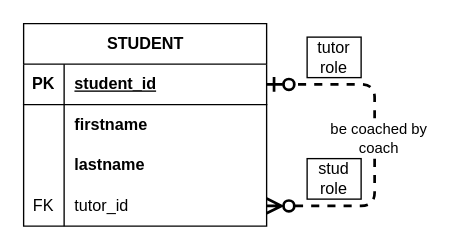
Earlier version of the draw.io diagram relational-database-design/c3/P0301.drawio (qichendev/assignments). Source tidied: cells renumbered, new cells numbered last; positions are measured from the earlier drawing's top-left corner, leaving out a move shared by most shapes. Both pictures are drawn from the tidied source at 135%, with x=0, y=0 at pixel (23, 23).
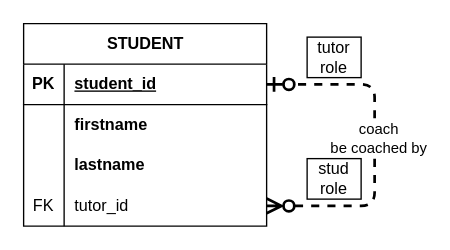
After the change.

Unchanged cells that the change refers to:
```xml
<mxCell id="15" style="edgeStyle=elbowEdgeStyle;fontSize=12;html=1;endArrow=ERzeroToOne;startArrow=ERzeroToMany;rounded=1;endSize=8;startSize=8;strokeWidth=2;dashed=1;jumpStyle=none;curved=0;startFill=0;endFill=0;exitX=1;exitY=0.5;exitDx=0;exitDy=0;entryX=1;entryY=0.5;entryDx=0;entryDy=0;" parent="2" edge="1" source="12" target="3">
  <mxGeometry relative="1" as="geometry">
    <Array as="points">
      <mxPoint x="260" y="100" />
    </Array>
  </mxGeometry>
</mxCell>
```

Change to the diagram source:
```diff
@@
-    <mxCell id="16" value="be coached by&lt;br&gt;&lt;div&gt;coach&lt;/div&gt;" style="edgeLabel;html=1;align=center;verticalAlign=middle;" parent="15" vertex="1">
+    <mxCell id="16" value="coach&lt;div&gt;be coached by&lt;/div&gt;" style="edgeLabel;html=1;align=center;verticalAlign=middle;" parent="15" vertex="1">
       <mxGeometry x="0.05" y="-2" relative="1" as="geometry" />
     </mxCell>
```
